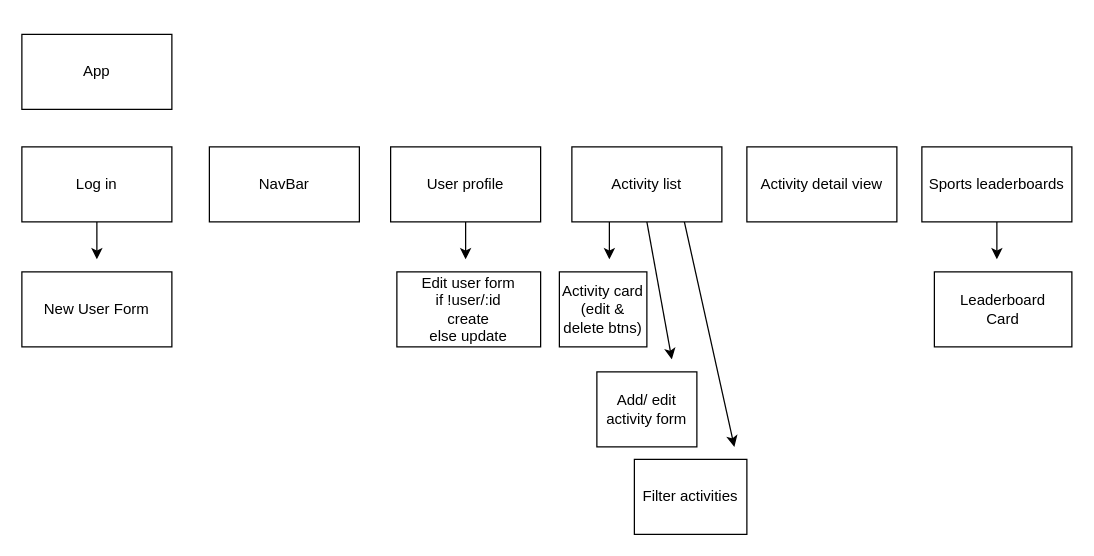
Before: app/wireframe.drawio in HartPM/exercise-tracker-app, a draw.io diagram. Source tidied: cells renumbered, new cells numbered last; positions are measured from the earlier drawing's top-left corner, leaving out a move shared by most shapes. Both pictures are drawn from the tidied source at 125%, with x=0, y=0 at pixel (21, 34).
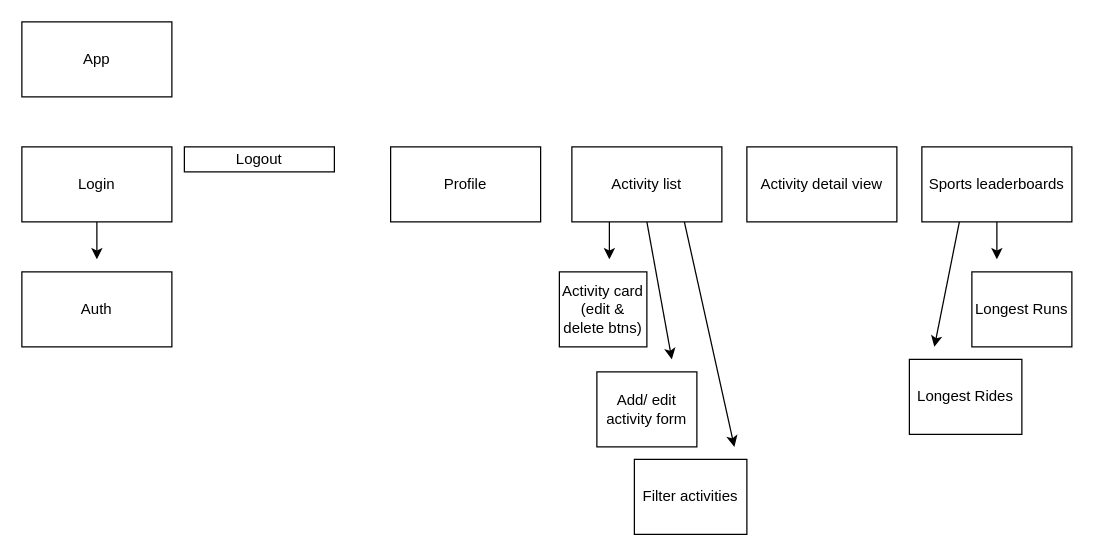
The same page after the edit.

The change refers to these unchanged cells:
```xml
<mxCell id="13" value="Sports leaderboards" style="whiteSpace=wrap;html=1;" parent="1" vertex="1">
  <mxGeometry x="720" y="90" width="120" height="60" as="geometry" />
</mxCell>
```

The edit, as a diff of the source:
```diff
@@
     <mxCell id="2" value="App" style="whiteSpace=wrap;html=1;" parent="1" vertex="1">
-      <mxGeometry width="120" height="60" as="geometry" />
+      <mxGeometry y="-10" width="120" height="60" as="geometry" />
     </mxCell>
@@
-    <mxCell id="4" value="Log in" style="whiteSpace=wrap;html=1;" parent="1" vertex="1">
+    <mxCell id="4" value="Login" style="whiteSpace=wrap;html=1;" parent="1" vertex="1">
       <mxGeometry y="90" width="120" height="60" as="geometry" />
     </mxCell>
-    <mxCell id="5" style="edgeStyle=none;html=1;exitX=0.5;exitY=1;exitDx=0;exitDy=0;" parent="1" edge="1" source="6">
-      <mxGeometry relative="1" as="geometry">
-        <mxPoint x="355" y="180" as="targetPoint" />
-      </mxGeometry>
-    </mxCell>
-    <mxCell id="6" value="User profile" style="whiteSpace=wrap;html=1;" parent="1" vertex="1">
+    <mxCell id="6" value="Profile" style="whiteSpace=wrap;html=1;" parent="1" vertex="1">
       <mxGeometry x="295" y="90" width="120" height="60" as="geometry" />
     </mxCell>
@@
+    <mxCell id="21" style="edgeStyle=none;html=1;exitX=0.25;exitY=1;exitDx=0;exitDy=0;" parent="1" edge="1" source="13">
+      <mxGeometry relative="1" as="geometry">
+        <mxPoint x="730" y="250" as="targetPoint" />
+      </mxGeometry>
+    </mxCell>
@@
-    <mxCell id="14" value="NavBar" style="whiteSpace=wrap;html=1;" parent="1" vertex="1">
-      <mxGeometry x="150" y="90" width="120" height="60" as="geometry" />
-    </mxCell>
-    <mxCell id="15" value="New User Form" style="whiteSpace=wrap;html=1;" parent="1" vertex="1">
+    <mxCell id="15" value="Auth" style="whiteSpace=wrap;html=1;" parent="1" vertex="1">
       <mxGeometry y="190" width="120" height="60" as="geometry" />
     </mxCell>
@@
-    <mxCell id="17" value="Leaderboard&lt;br&gt;Card" style="whiteSpace=wrap;html=1;" parent="1" vertex="1">
-      <mxGeometry x="730" y="190" width="110" height="60" as="geometry" />
+    <mxCell id="17" value="Longest Runs" style="whiteSpace=wrap;html=1;" parent="1" vertex="1">
+      <mxGeometry x="760" y="190" width="80" height="60" as="geometry" />
     </mxCell>
-    <mxCell id="18" value="Edit user form&lt;br&gt;if !user/:id&lt;br&gt;create&lt;br&gt;else update" style="whiteSpace=wrap;html=1;" parent="1" vertex="1">
-      <mxGeometry x="300" y="190" width="115" height="60" as="geometry" />
-    </mxCell>
@@
+    <mxCell id="22" value="Logout" style="whiteSpace=wrap;html=1;" parent="1" vertex="1">
+      <mxGeometry x="130" y="90" width="120" height="20" as="geometry" />
+    </mxCell>
+    <mxCell id="23" value="Longest Rides" style="whiteSpace=wrap;html=1;" parent="1" vertex="1">
+      <mxGeometry x="710" y="260" width="90" height="60" as="geometry" />
+    </mxCell>
```
